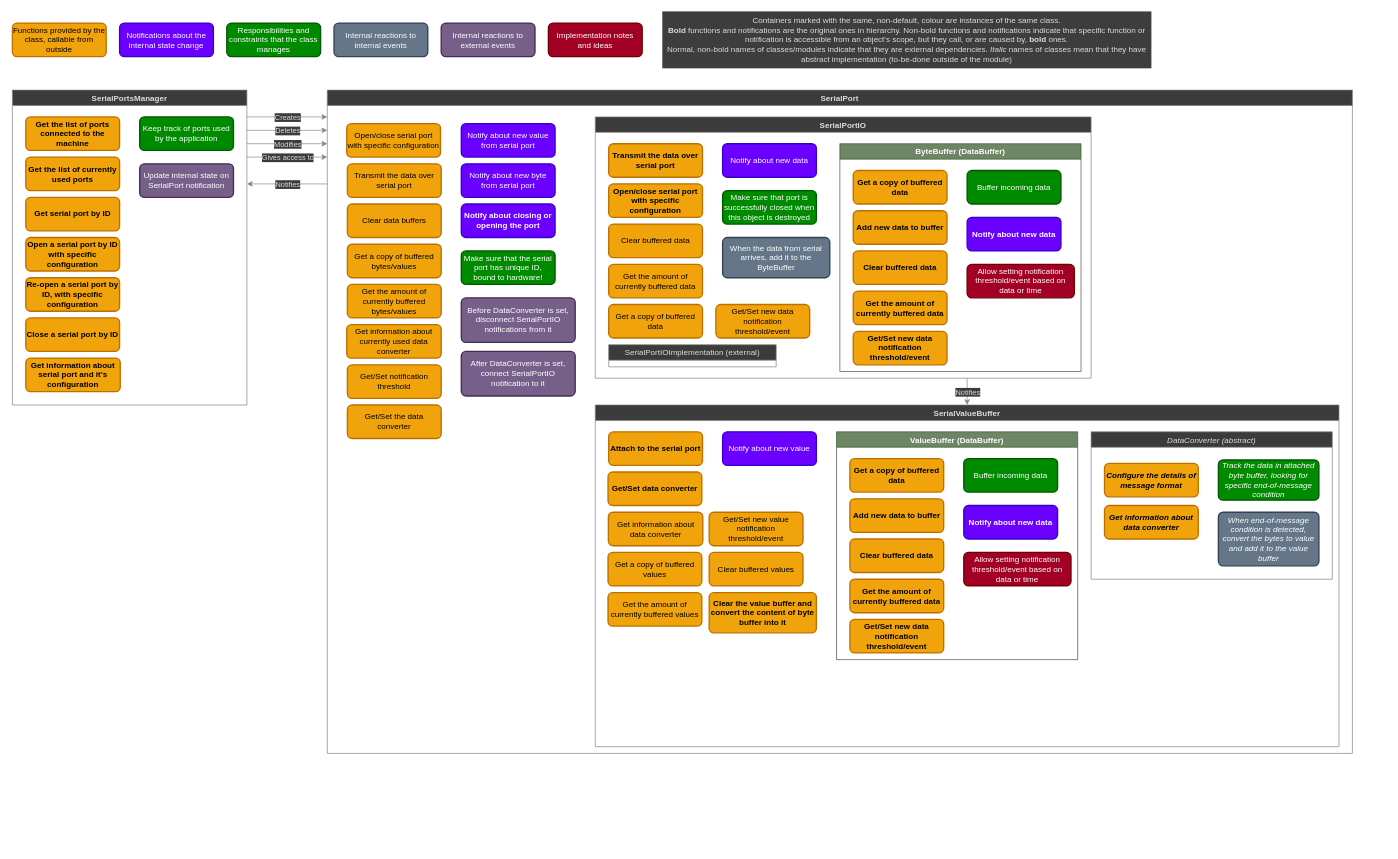
SteelPh0enix/pySerialMonitor keeps this draw.io diagram as docs/serialports_manager.drawio. Above is the earlier version. Source tidied: cells renumbered, new cells numbered last; positions are measured from the earlier drawing's top-left corner, leaving out a move shared by most shapes. Both pictures are drawn from the tidied source at 67%, with x=0, y=0 at pixel (12, 11).
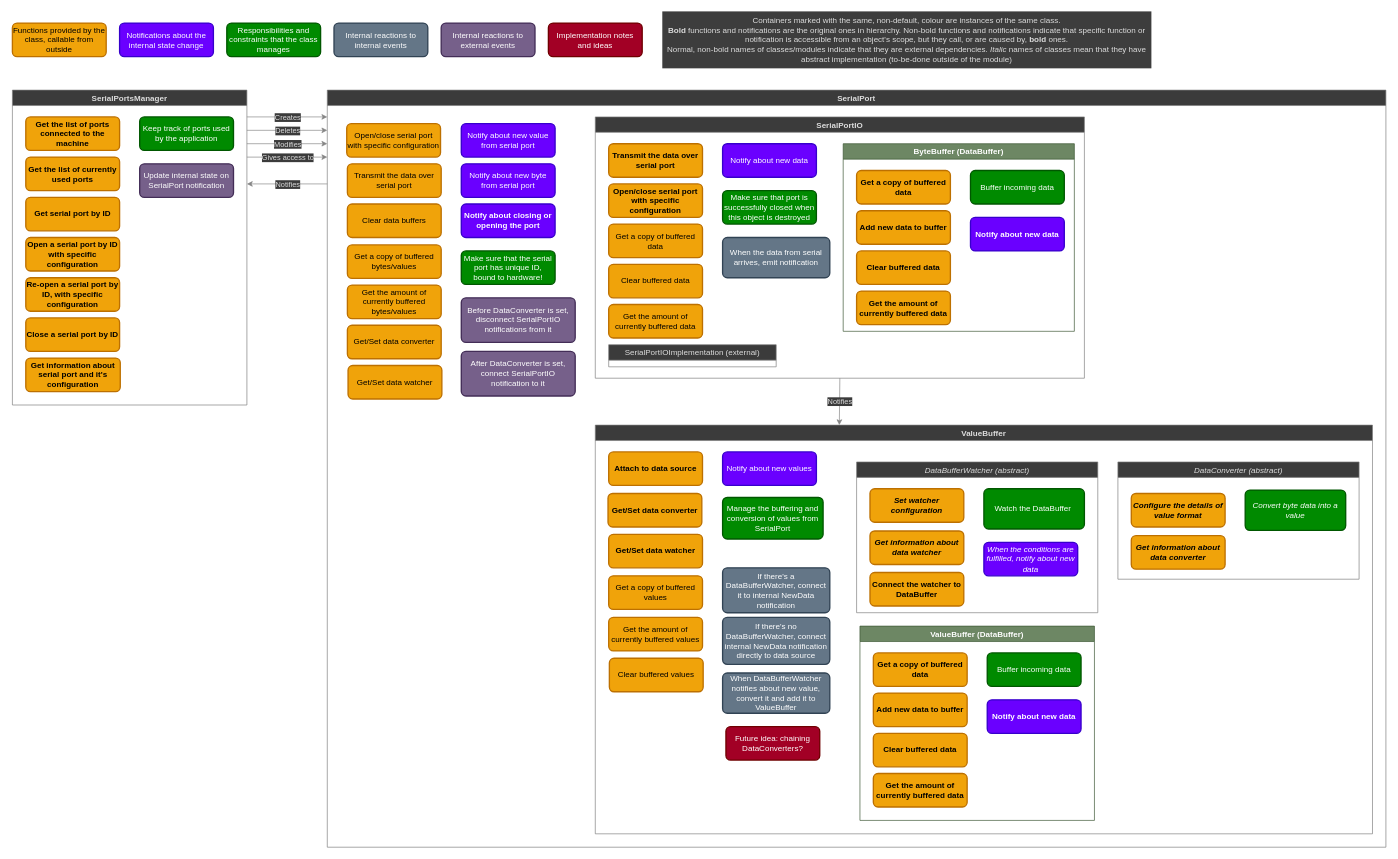
The same diagram, later.

Commit message:
Major changes in SerialPort module structure

Diff of the diagram source:
```diff
@@
     <mxCell id="17" value="SerialPort" style="swimlane;glass=0;fillColor=#3B3B3B;strokeColor=#7D7D7D;fontColor=#DEDEDE;labelBackgroundColor=none;" parent="1" vertex="1">
-      <mxGeometry x="470" y="118" width="1530" height="990" as="geometry" />
+      <mxGeometry x="470" y="118" width="1580" height="1130" as="geometry" />
     </mxCell>
@@
-    <mxCell id="19" value="Get/Set the data converter" style="rounded=1;whiteSpace=wrap;html=1;absoluteArcSize=1;arcSize=14;strokeWidth=2;fillColor=#f0a30a;fontColor=#000000;strokeColor=#BD7000;" parent="17" vertex="1">
-      <mxGeometry x="30" y="470" width="140" height="50" as="geometry" />
-    </mxCell>
@@
-    <mxCell id="21" value="SerialValueBuffer" style="swimlane;fontStyle=1;fillColor=#3B3B3B;strokeColor=#7D7D7D;fontColor=#DEDEDE;labelBackgroundColor=none;" parent="17" vertex="1">
-      <mxGeometry x="400" y="470" width="1110" height="510" as="geometry" />
+    <mxCell id="21" value="ValueBuffer" style="swimlane;fontStyle=1;fillColor=#3B3B3B;strokeColor=#7D7D7D;fontColor=#DEDEDE;labelBackgroundColor=none;" parent="17" vertex="1">
+      <mxGeometry x="400" y="500" width="1160" height="610" as="geometry" />
     </mxCell>
-    <mxCell id="22" value="Attach to the serial port" style="rounded=1;whiteSpace=wrap;html=1;absoluteArcSize=1;arcSize=14;strokeWidth=2;fillColor=#f0a30a;fontColor=#000000;strokeColor=#BD7000;fontStyle=1;" parent="21" vertex="1">
+    <mxCell id="22" value="Attach to data source" style="rounded=1;whiteSpace=wrap;html=1;absoluteArcSize=1;arcSize=14;strokeWidth=2;fillColor=#f0a30a;fontColor=#000000;strokeColor=#BD7000;fontStyle=1;" parent="21" vertex="1">
       <mxGeometry x="20" y="40" width="140" height="50" as="geometry" />
     </mxCell>
-    <mxCell id="23" value="Notify about new value" style="rounded=1;whiteSpace=wrap;html=1;absoluteArcSize=1;arcSize=14;strokeWidth=2;fillColor=#6a00ff;fontColor=#ffffff;strokeColor=#3700CC;fontStyle=0;" parent="21" vertex="1">
+    <mxCell id="23" value="Notify about new values" style="rounded=1;whiteSpace=wrap;html=1;absoluteArcSize=1;arcSize=14;strokeWidth=2;fillColor=#6a00ff;fontColor=#ffffff;strokeColor=#3700CC;fontStyle=0;" parent="21" vertex="1">
       <mxGeometry x="190" y="40" width="140" height="50" as="geometry" />
     </mxCell>
     <mxCell id="24" value="Get a copy of buffered values" style="rounded=1;whiteSpace=wrap;html=1;absoluteArcSize=1;arcSize=14;strokeWidth=2;fillColor=#f0a30a;fontColor=#000000;strokeColor=#BD7000;" parent="21" vertex="1">
-      <mxGeometry x="19" y="220" width="140" height="50" as="geometry" />
+      <mxGeometry x="20" y="225" width="140" height="50" as="geometry" />
     </mxCell>
     <mxCell id="25" value="Clear buffered values" style="rounded=1;whiteSpace=wrap;html=1;absoluteArcSize=1;arcSize=14;strokeWidth=2;fillColor=#f0a30a;fontColor=#000000;strokeColor=#BD7000;" parent="21" vertex="1">
-      <mxGeometry x="170" y="220" width="140" height="50" as="geometry" />
+      <mxGeometry x="21" y="348" width="140" height="50" as="geometry" />
     </mxCell>
     <mxCell id="26" value="Get the amount of currently buffered values" style="rounded=1;whiteSpace=wrap;html=1;absoluteArcSize=1;arcSize=14;strokeWidth=2;fillColor=#f0a30a;fontColor=#000000;strokeColor=#BD7000;" parent="21" vertex="1">
-      <mxGeometry x="19" y="280" width="140" height="50" as="geometry" />
+      <mxGeometry x="20" y="287" width="140" height="50" as="geometry" />
     </mxCell>
-    <mxCell id="27" value="Clear the value buffer and convert the content of byte buffer into it" style="rounded=1;whiteSpace=wrap;html=1;absoluteArcSize=1;arcSize=14;strokeWidth=2;fillColor=#f0a30a;fontColor=#000000;strokeColor=#BD7000;fontStyle=1;" parent="21" vertex="1">
-      <mxGeometry x="170" y="280" width="160" height="60" as="geometry" />
-    </mxCell>
-    <mxCell id="28" value="Get information about data converter" style="rounded=1;whiteSpace=wrap;html=1;absoluteArcSize=1;arcSize=14;strokeWidth=2;fillColor=#f0a30a;fontColor=#000000;strokeColor=#BD7000;" parent="21" vertex="1">
-      <mxGeometry x="19.5" y="160" width="141" height="50" as="geometry" />
-    </mxCell>
     <mxCell id="29" value="DataConverter (abstract)" style="swimlane;shadow=0;glass=0;sketch=0;fontStyle=2;fillColor=#3B3B3B;strokeColor=#7D7D7D;fontColor=#DEDEDE;labelBackgroundColor=none;" parent="21" vertex="1">
-      <mxGeometry x="740" y="40" width="360" height="220" as="geometry" />
+      <mxGeometry x="780" y="55" width="360" height="175" as="geometry" />
     </mxCell>
-    <mxCell id="30" value="Configure the details of message format" style="rounded=1;whiteSpace=wrap;html=1;absoluteArcSize=1;arcSize=14;strokeWidth=2;fillColor=#f0a30a;fontColor=#000000;strokeColor=#BD7000;fontStyle=3;" parent="29" vertex="1">
+    <mxCell id="30" value="Configure the details of value format" style="rounded=1;whiteSpace=wrap;html=1;absoluteArcSize=1;arcSize=14;strokeWidth=2;fillColor=#f0a30a;fontColor=#000000;strokeColor=#BD7000;fontStyle=3;" parent="29" vertex="1">
       <mxGeometry x="20" y="47" width="140" height="50" as="geometry" />
     </mxCell>
-    <mxCell id="31" value="When end-of-message condition is detected, convert the bytes to value and add it to the value buffer" style="rounded=1;whiteSpace=wrap;html=1;absoluteArcSize=1;arcSize=14;strokeWidth=2;fillColor=#647687;fontColor=#ffffff;strokeColor=#314354;fontStyle=2;" parent="29" vertex="1">
-      <mxGeometry x="190" y="120" width="150" height="80" as="geometry" />
-    </mxCell>
-    <mxCell id="32" value="Track the data in attached byte buffer, looking for specific end-of-message condition" style="rounded=1;whiteSpace=wrap;html=1;absoluteArcSize=1;arcSize=14;strokeWidth=2;fillColor=#008a00;fontColor=#ffffff;strokeColor=#005700;sketch=0;shadow=0;glass=0;fontStyle=2;" parent="29" vertex="1">
+    <mxCell id="32" value="Convert byte data into a value" style="rounded=1;whiteSpace=wrap;html=1;absoluteArcSize=1;arcSize=14;strokeWidth=2;fillColor=#008a00;fontColor=#ffffff;strokeColor=#005700;sketch=0;shadow=0;glass=0;fontStyle=2;" parent="29" vertex="1">
       <mxGeometry x="190" y="42" width="150" height="60" as="geometry" />
     </mxCell>
@@
     <mxCell id="34" value="Get/Set data converter" style="rounded=1;whiteSpace=wrap;html=1;absoluteArcSize=1;arcSize=14;strokeWidth=2;fillColor=#f0a30a;fontColor=#000000;strokeColor=#BD7000;shadow=0;glass=0;sketch=0;fontStyle=1;" parent="21" vertex="1">
-      <mxGeometry x="19" y="100" width="140" height="50" as="geometry" />
+      <mxGeometry x="19" y="102" width="140" height="50" as="geometry" />
     </mxCell>
-    <mxCell id="35" value="Get/Set new value notification threshold/event" style="rounded=1;whiteSpace=wrap;html=1;absoluteArcSize=1;arcSize=14;strokeWidth=2;fillColor=#f0a30a;fontColor=#000000;strokeColor=#BD7000;" parent="21" vertex="1">
-      <mxGeometry x="170" y="160" width="140" height="50" as="geometry" />
-    </mxCell>
     <mxCell id="36" value="ValueBuffer (DataBuffer)" style="swimlane;startSize=23;fillColor=#6d8764;fontColor=#ffffff;strokeColor=#3A5431;" parent="21" vertex="1">
-      <mxGeometry x="360" y="40" width="360" height="340" as="geometry" />
+      <mxGeometry x="395" y="300" width="350" height="290" as="geometry" />
     </mxCell>
@@
-    <mxCell id="43" value="Allow setting notification threshold/event based on data or time" style="rounded=1;whiteSpace=wrap;html=1;absoluteArcSize=1;arcSize=14;strokeWidth=2;fillColor=#a20025;strokeColor=#6F0000;fontColor=#ffffff;" parent="36" vertex="1">
-      <mxGeometry x="190" y="180" width="160" height="50" as="geometry" />
-    </mxCell>
-    <mxCell id="44" value="Get/Set new data notification threshold/event" style="rounded=1;whiteSpace=wrap;html=1;absoluteArcSize=1;arcSize=14;strokeWidth=2;fillColor=#f0a30a;fontColor=#000000;strokeColor=#BD7000;fontStyle=1;" parent="36" vertex="1">
-      <mxGeometry x="20" y="280" width="140" height="50" as="geometry" />
-    </mxCell>
+    <mxCell id="91" value="DataBufferWatcher (abstract)" style="swimlane;fillColor=#3B3B3B;strokeColor=#7D7D7D;fontColor=#DEDEDE;labelBackgroundColor=none;fontStyle=2;" parent="21" vertex="1">
+      <mxGeometry x="390" y="55" width="360" height="225" as="geometry" />
+    </mxCell>
+    <mxCell id="92" value="Set watcher configuration" style="rounded=1;whiteSpace=wrap;html=1;absoluteArcSize=1;arcSize=14;strokeWidth=2;fillColor=#f0a30a;fontColor=#000000;strokeColor=#BD7000;fontStyle=3;" parent="91" vertex="1">
+      <mxGeometry x="20" y="40" width="140" height="50" as="geometry" />
+    </mxCell>
+    <mxCell id="93" value="Connect the watcher to DataBuffer" style="rounded=1;whiteSpace=wrap;html=1;absoluteArcSize=1;arcSize=14;strokeWidth=2;fillColor=#f0a30a;fontColor=#000000;strokeColor=#BD7000;fontStyle=1;" parent="91" vertex="1">
+      <mxGeometry x="20" y="165" width="140" height="50" as="geometry" />
+    </mxCell>
+    <mxCell id="94" value="Watch the DataBuffer&amp;nbsp;" style="rounded=1;whiteSpace=wrap;html=1;absoluteArcSize=1;arcSize=14;strokeWidth=2;fillColor=#008a00;fontColor=#ffffff;strokeColor=#005700;" parent="91" vertex="1">
+      <mxGeometry x="190" y="40" width="150" height="60" as="geometry" />
+    </mxCell>
+    <mxCell id="95" value="When the conditions are fulfilled, notify about new data" style="rounded=1;whiteSpace=wrap;html=1;absoluteArcSize=1;arcSize=14;strokeWidth=2;fillColor=#6a00ff;fontColor=#ffffff;strokeColor=#3700CC;fontStyle=2;" parent="91" vertex="1">
+      <mxGeometry x="190" y="120" width="140" height="50" as="geometry" />
+    </mxCell>
+    <mxCell id="96" value="Get information about data watcher" style="rounded=1;whiteSpace=wrap;html=1;absoluteArcSize=1;arcSize=14;strokeWidth=2;fillColor=#f0a30a;fontColor=#000000;strokeColor=#BD7000;fontStyle=3;" parent="91" vertex="1">
+      <mxGeometry x="20" y="103" width="140" height="50" as="geometry" />
+    </mxCell>
+    <mxCell id="97" value="Get/Set data watcher" style="rounded=1;whiteSpace=wrap;html=1;absoluteArcSize=1;arcSize=14;strokeWidth=2;fillColor=#f0a30a;fontColor=#000000;strokeColor=#BD7000;fontStyle=1;" parent="21" vertex="1">
+      <mxGeometry x="20" y="163" width="140" height="50" as="geometry" />
+    </mxCell>
+    <mxCell id="98" value="If there's no DataBufferWatcher, connect internal NewData notification directly to data source" style="rounded=1;whiteSpace=wrap;html=1;absoluteArcSize=1;arcSize=14;strokeWidth=2;fillColor=#647687;fontColor=#ffffff;strokeColor=#314354;" parent="21" vertex="1">
+      <mxGeometry x="190" y="287" width="160" height="70" as="geometry" />
+    </mxCell>
+    <mxCell id="99" value="When DataBufferWatcher notifies about new value, convert it and add it to ValueBuffer" style="rounded=1;whiteSpace=wrap;html=1;absoluteArcSize=1;arcSize=14;strokeWidth=2;fillColor=#647687;fontColor=#ffffff;strokeColor=#314354;" parent="21" vertex="1">
+      <mxGeometry x="190" y="370" width="160" height="60" as="geometry" />
+    </mxCell>
+    <mxCell id="100" value="If there's a DataBufferWatcher, connect it to internal NewData notification" style="rounded=1;whiteSpace=wrap;html=1;absoluteArcSize=1;arcSize=14;strokeWidth=2;fillColor=#647687;fontColor=#ffffff;strokeColor=#314354;" parent="21" vertex="1">
+      <mxGeometry x="190" y="213" width="160" height="67" as="geometry" />
+    </mxCell>
+    <mxCell id="101" value="Manage the buffering and conversion of values from SerialPort" style="rounded=1;whiteSpace=wrap;html=1;absoluteArcSize=1;arcSize=14;strokeWidth=2;fillColor=#008a00;fontColor=#ffffff;strokeColor=#005700;" parent="21" vertex="1">
+      <mxGeometry x="190" y="108" width="150" height="62" as="geometry" />
+    </mxCell>
+    <mxCell id="102" value="Future idea: chaining DataConverters?" style="rounded=1;whiteSpace=wrap;html=1;absoluteArcSize=1;arcSize=14;strokeWidth=2;fillColor=#a20025;strokeColor=#6F0000;fontColor=#ffffff;" parent="21" vertex="1">
+      <mxGeometry x="195" y="450" width="140" height="50" as="geometry" />
+    </mxCell>
@@
     <mxCell id="46" value="SerialPortIO" style="swimlane;fillColor=#3B3B3B;strokeColor=#7D7D7D;fontColor=#DEDEDE;labelBackgroundColor=none;" parent="17" vertex="1">
-      <mxGeometry x="400" y="40" width="740" height="390" as="geometry" />
+      <mxGeometry x="400" y="40" width="730" height="390" as="geometry" />
     </mxCell>
@@
+    <mxCell id="59" value="When the data from serial arrives, emit notification" style="rounded=1;whiteSpace=wrap;html=1;absoluteArcSize=1;arcSize=14;strokeWidth=2;fillColor=#647687;fontColor=#ffffff;strokeColor=#314354;" parent="46" vertex="1">
+      <mxGeometry x="190" y="180" width="160" height="60" as="geometry" />
+    </mxCell>
+    <mxCell id="60" value="Get a copy of buffered data" style="rounded=1;whiteSpace=wrap;html=1;absoluteArcSize=1;arcSize=14;strokeWidth=2;fillColor=#f0a30a;fontColor=#000000;strokeColor=#BD7000;" parent="46" vertex="1">
+      <mxGeometry x="20" y="160" width="140" height="50" as="geometry" />
+    </mxCell>
+    <mxCell id="63" value="SerialPortIOImplementation (external)" style="swimlane;shadow=0;glass=0;sketch=0;fontStyle=0;fillColor=#3B3B3B;strokeColor=#7D7D7D;fontColor=#DEDEDE;labelBackgroundColor=none;" parent="46" vertex="1">
+      <mxGeometry x="20" y="340" width="250" height="33" as="geometry" />
+    </mxCell>
+    <mxCell id="65" value="Open/close serial port with specific configuration" style="rounded=1;whiteSpace=wrap;html=1;absoluteArcSize=1;arcSize=14;strokeWidth=2;fillColor=#f0a30a;fontColor=#000000;strokeColor=#BD7000;fontStyle=1;" parent="46" vertex="1">
+      <mxGeometry x="20" y="100" width="140" height="50" as="geometry" />
+    </mxCell>
     <mxCell id="50" value="ByteBuffer (DataBuffer)" style="swimlane;startSize=23;fillColor=#6d8764;fontColor=#ffffff;strokeColor=#3A5431;labelBackgroundColor=none;" parent="46" vertex="1">
-      <mxGeometry x="365" y="40" width="360" height="340" as="geometry" />
+      <mxGeometry x="370" y="40" width="345" height="280" as="geometry" />
     </mxCell>
@@
-    <mxCell id="57" value="Allow setting notification threshold/event based on data or time" style="rounded=1;whiteSpace=wrap;html=1;absoluteArcSize=1;arcSize=14;strokeWidth=2;fillColor=#a20025;strokeColor=#6F0000;fontColor=#ffffff;" parent="50" vertex="1">
-      <mxGeometry x="190" y="180" width="160" height="50" as="geometry" />
-    </mxCell>
-    <mxCell id="58" value="Get/Set new data notification threshold/event" style="rounded=1;whiteSpace=wrap;html=1;absoluteArcSize=1;arcSize=14;strokeWidth=2;fillColor=#f0a30a;fontColor=#000000;strokeColor=#BD7000;fontStyle=1;" parent="50" vertex="1">
-      <mxGeometry x="20" y="280" width="140" height="50" as="geometry" />
-    </mxCell>
-    <mxCell id="59" value="When the data from serial arrives, add it to the ByteBuffer" style="rounded=1;whiteSpace=wrap;html=1;absoluteArcSize=1;arcSize=14;strokeWidth=2;fillColor=#647687;fontColor=#ffffff;strokeColor=#314354;" parent="46" vertex="1">
-      <mxGeometry x="190" y="180" width="160" height="60" as="geometry" />
-    </mxCell>
-    <mxCell id="60" value="Get a copy of buffered data" style="rounded=1;whiteSpace=wrap;html=1;absoluteArcSize=1;arcSize=14;strokeWidth=2;fillColor=#f0a30a;fontColor=#000000;strokeColor=#BD7000;" parent="46" vertex="1">
-      <mxGeometry x="20" y="280" width="140" height="50" as="geometry" />
-    </mxCell>
-    <mxCell id="61" value="Clear buffered data" style="rounded=1;whiteSpace=wrap;html=1;absoluteArcSize=1;arcSize=14;strokeWidth=2;fillColor=#f0a30a;fontColor=#000000;strokeColor=#BD7000;" parent="46" vertex="1">
-      <mxGeometry x="20" y="160" width="140" height="50" as="geometry" />
+    <mxCell id="61" value="Clear buffered data" style="rounded=1;whiteSpace=wrap;html=1;absoluteArcSize=1;arcSize=14;strokeWidth=2;fillColor=#f0a30a;fontColor=#000000;strokeColor=#BD7000;fontStyle=0;" parent="46" vertex="1">
+      <mxGeometry x="20" y="220" width="140" height="50" as="geometry" />
     </mxCell>
-    <mxCell id="62" value="Get the amount of currently buffered data" style="rounded=1;whiteSpace=wrap;html=1;absoluteArcSize=1;arcSize=14;strokeWidth=2;fillColor=#f0a30a;fontColor=#000000;strokeColor=#BD7000;" parent="46" vertex="1">
-      <mxGeometry x="20" y="220" width="140" height="50" as="geometry" />
+    <mxCell id="62" value="Get the amount of currently buffered data" style="rounded=1;whiteSpace=wrap;html=1;absoluteArcSize=1;arcSize=14;strokeWidth=2;fillColor=#f0a30a;fontColor=#000000;strokeColor=#BD7000;fontStyle=0;" parent="46" vertex="1">
+      <mxGeometry x="20" y="280" width="140" height="50" as="geometry" />
     </mxCell>
-    <mxCell id="63" value="SerialPortIOImplementation (external)" style="swimlane;shadow=0;glass=0;sketch=0;fontStyle=0;fillColor=#3B3B3B;strokeColor=#7D7D7D;fontColor=#DEDEDE;labelBackgroundColor=none;" parent="46" vertex="1">
-      <mxGeometry x="20" y="340" width="250" height="33" as="geometry" />
-    </mxCell>
-    <mxCell id="64" value="Get/Set new data notification threshold/event" style="rounded=1;whiteSpace=wrap;html=1;absoluteArcSize=1;arcSize=14;strokeWidth=2;fillColor=#f0a30a;fontColor=#000000;strokeColor=#BD7000;" parent="46" vertex="1">
-      <mxGeometry x="180" y="280" width="140" height="50" as="geometry" />
-    </mxCell>
-    <mxCell id="65" value="Open/close serial port with specific configuration" style="rounded=1;whiteSpace=wrap;html=1;absoluteArcSize=1;arcSize=14;strokeWidth=2;fillColor=#f0a30a;fontColor=#000000;strokeColor=#BD7000;fontStyle=1;" parent="46" vertex="1">
-      <mxGeometry x="20" y="100" width="140" height="50" as="geometry" />
-    </mxCell>
-    <mxCell id="66" style="endArrow=classic;html=1;entryX=0.5;entryY=0;entryDx=0;entryDy=0;strokeColor=#858585;" parent="17" edge="1" target="21">
-      <mxGeometry relative="1" as="geometry">
-        <mxPoint x="955" y="430" as="sourcePoint" />
-      </mxGeometry>
-    </mxCell>
-    <mxCell id="67" value="Notifies" style="edgeLabel;html=1;align=center;verticalAlign=middle;labelBackgroundColor=#3B3B3B;fontColor=#DEDEDE;" parent="66" vertex="1">
-      <mxGeometry relative="1" as="geometry" />
-    </mxCell>
@@
     <mxCell id="72" value="Get a copy of buffered bytes/values" style="rounded=1;whiteSpace=wrap;html=1;absoluteArcSize=1;arcSize=14;strokeWidth=2;fillColor=#f0a30a;fontColor=#000000;strokeColor=#BD7000;" parent="17" vertex="1">
-      <mxGeometry x="30" y="230" width="140" height="50" as="geometry" />
+      <mxGeometry x="30" y="231" width="140" height="50" as="geometry" />
     </mxCell>
     <mxCell id="73" value="Get the amount of currently buffered bytes/values" style="rounded=1;whiteSpace=wrap;html=1;absoluteArcSize=1;arcSize=14;strokeWidth=2;fillColor=#f0a30a;fontColor=#000000;strokeColor=#BD7000;" parent="17" vertex="1">
-      <mxGeometry x="30" y="290" width="140" height="50" as="geometry" />
+      <mxGeometry x="30" y="291" width="140" height="50" as="geometry" />
     </mxCell>
-    <mxCell id="74" value="Get information about currently used data converter" style="rounded=1;whiteSpace=wrap;html=1;absoluteArcSize=1;arcSize=14;strokeWidth=2;fillColor=#f0a30a;fontColor=#000000;strokeColor=#BD7000;" parent="17" vertex="1">
-      <mxGeometry x="29" y="350" width="141" height="50" as="geometry" />
-    </mxCell>
@@
-    <mxCell id="76" value="Get/Set notification threshold" style="rounded=1;whiteSpace=wrap;html=1;absoluteArcSize=1;arcSize=14;strokeWidth=2;fillColor=#f0a30a;fontColor=#000000;strokeColor=#BD7000;" parent="17" vertex="1">
-      <mxGeometry x="30" y="410" width="140" height="50" as="geometry" />
-    </mxCell>
@@
+    <mxCell id="103" style="endArrow=classic;html=1;strokeColor=#858585;rounded=0;exitX=0.5;exitY=1;exitDx=0;exitDy=0;entryX=0.314;entryY=0;entryDx=0;entryDy=0;entryPerimeter=0;" parent="17" edge="1" source="46" target="21">
+      <mxGeometry relative="1" as="geometry" />
+    </mxCell>
+    <mxCell id="67" value="Notifies" style="edgeLabel;html=1;align=center;verticalAlign=middle;labelBackgroundColor=#3B3B3B;fontColor=#DEDEDE;" parent="103" vertex="1">
+      <mxGeometry relative="1" as="geometry" />
+    </mxCell>
+    <mxCell id="104" value="Get/Set data converter" style="rounded=1;whiteSpace=wrap;html=1;absoluteArcSize=1;arcSize=14;strokeWidth=2;fillColor=#f0a30a;fontColor=#000000;strokeColor=#BD7000;shadow=0;glass=0;sketch=0;fontStyle=0;" parent="17" vertex="1">
+      <mxGeometry x="30" y="351" width="140" height="50" as="geometry" />
+    </mxCell>
+    <mxCell id="105" value="Get/Set data watcher" style="rounded=1;whiteSpace=wrap;html=1;absoluteArcSize=1;arcSize=14;strokeWidth=2;fillColor=#f0a30a;fontColor=#000000;strokeColor=#BD7000;fontStyle=0;" parent="17" vertex="1">
+      <mxGeometry x="31" y="411" width="140" height="50" as="geometry" />
+    </mxCell>
```
